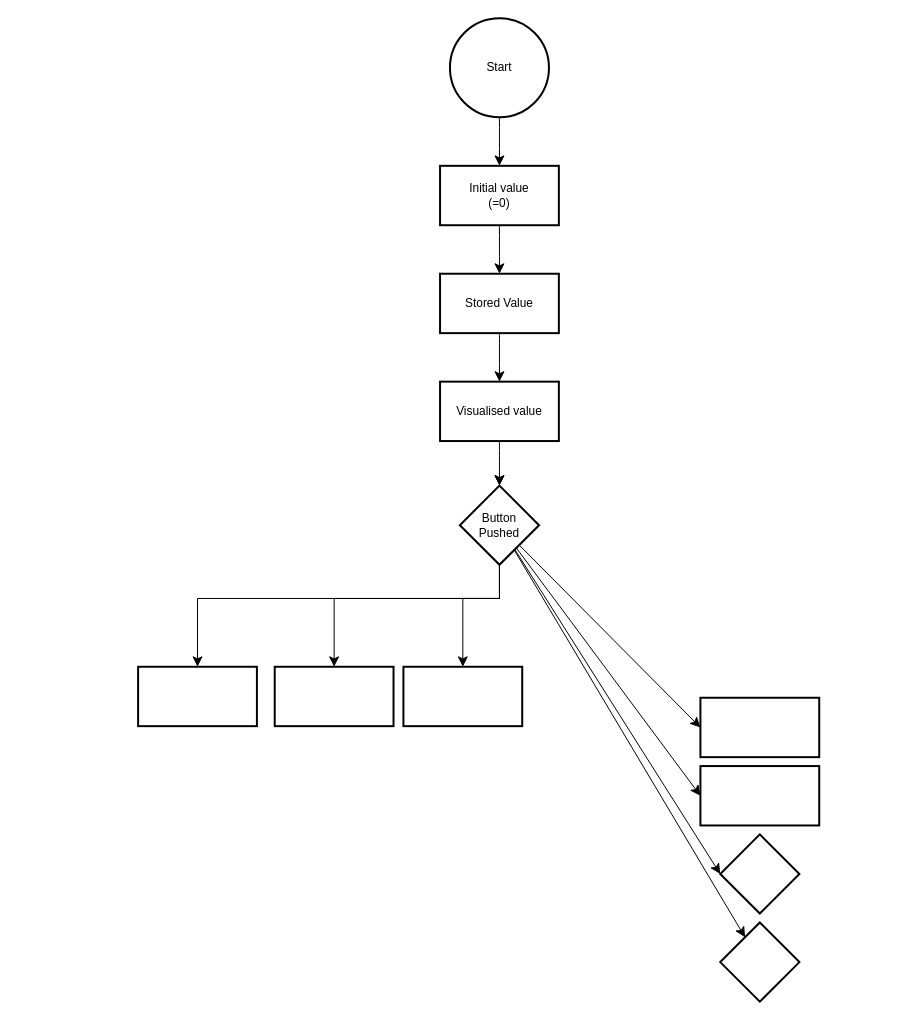
The draw.io diagram Calculator.drawio in JangHyeongJun-0523/IoT_Project, before the edit. Source tidied: cells renumbered, new cells numbered last; positions are measured from the earlier drawing's top-left corner, leaving out a move shared by most shapes. Both pictures are drawn from the tidied source at 99%, with x=0, y=0 at pixel (138, 18).
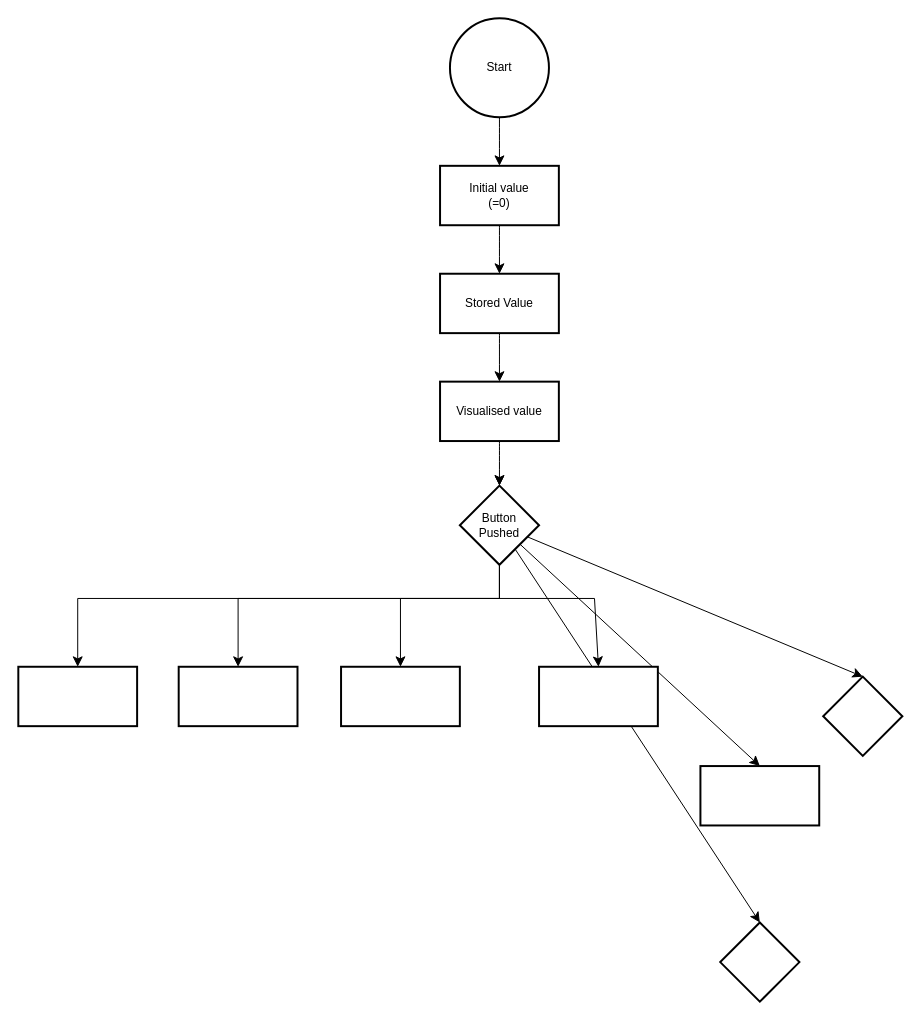
The same page after the edit.

The change refers to these unchanged cells:
```xml
<mxCell id="15" value="Button&lt;br&gt;Pushed" style="rhombus;whiteSpace=wrap;html=1;strokeWidth=2;" parent="1" vertex="1">
  <mxGeometry x="325" y="472" width="80" height="80" as="geometry" />
</mxCell>
<mxCell id="19" style="whiteSpace=wrap;html=1;strokeWidth=2;" parent="1" vertex="1">
  <mxGeometry x="568" y="755.3" width="120" height="60" as="geometry" />
</mxCell>
<mxCell id="21" style="rhombus;whiteSpace=wrap;html=1;strokeWidth=2;" parent="1" vertex="1">
  <mxGeometry x="588" y="913.3" width="80" height="80" as="geometry" />
</mxCell>
```

The edit, as a diff of the source:
```diff
@@
     <mxCell id="8" style="edgeStyle=none;curved=0;rounded=0;jettySize=auto;html=1;fontSize=12;startSize=8;endSize=8;entryX=0.5;entryY=0;entryDx=0;entryDy=0;" parent="1" edge="1" source="15" target="16">
       <mxGeometry relative="1" as="geometry">
         <Array as="points">
           <mxPoint x="365" y="586" />
-          <mxPoint x="198" y="586" />
+          <mxPoint x="101" y="586" />
         </Array>
       </mxGeometry>
     </mxCell>
     <mxCell id="9" style="edgeStyle=none;curved=0;rounded=0;jettySize=auto;html=1;fontSize=12;startSize=8;endSize=8;entryX=0.5;entryY=0;entryDx=0;entryDy=0;" parent="1" edge="1" source="15" target="17">
       <mxGeometry relative="1" as="geometry">
         <Array as="points">
           <mxPoint x="365" y="586" />
-          <mxPoint x="328" y="586" />
+          <mxPoint x="265" y="586" />
         </Array>
       </mxGeometry>
     </mxCell>
-    <mxCell id="10" style="edgeStyle=none;curved=0;rounded=0;jettySize=auto;html=1;fontSize=12;startSize=8;endSize=8;entryX=0;entryY=0.5;entryDx=0;entryDy=0;" parent="1" edge="1" source="15" target="18">
-      <mxGeometry relative="1" as="geometry" />
+    <mxCell id="10" style="edgeStyle=none;curved=0;rounded=0;jettySize=auto;html=1;fontSize=12;startSize=8;endSize=8;entryX=0.5;entryY=0;entryDx=0;entryDy=0;exitX=0.5;exitY=1;exitDx=0;exitDy=0;" parent="1" edge="1" source="15" target="18">
+      <mxGeometry relative="1" as="geometry">
+        <Array as="points">
+          <mxPoint x="365" y="586" />
+          <mxPoint x="461" y="586" />
+        </Array>
+      </mxGeometry>
     </mxCell>
-    <mxCell id="11" style="edgeStyle=none;curved=0;rounded=0;jettySize=auto;html=1;fontSize=12;startSize=8;endSize=8;entryX=0;entryY=0.5;entryDx=0;entryDy=0;" parent="1" edge="1" source="15" target="19">
+    <mxCell id="11" style="edgeStyle=none;curved=0;rounded=0;jettySize=auto;html=1;fontSize=12;startSize=8;endSize=8;entryX=0.5;entryY=0;entryDx=0;entryDy=0;" parent="1" edge="1" source="15" target="19">
       <mxGeometry relative="1" as="geometry" />
     </mxCell>
-    <mxCell id="12" style="edgeStyle=none;curved=0;rounded=0;jettySize=auto;html=1;fontSize=12;startSize=8;endSize=8;entryX=0;entryY=0.5;entryDx=0;entryDy=0;" parent="1" edge="1" source="15" target="20">
+    <mxCell id="12" style="edgeStyle=none;curved=0;rounded=0;jettySize=auto;html=1;fontSize=12;startSize=8;endSize=8;entryX=0.5;entryY=0;entryDx=0;entryDy=0;" parent="1" edge="1" source="15" target="20">
       <mxGeometry relative="1" as="geometry" />
     </mxCell>
-    <mxCell id="13" style="edgeStyle=none;curved=0;rounded=0;jettySize=auto;html=1;fontSize=12;startSize=8;endSize=8;" parent="1" edge="1" source="15" target="21">
+    <mxCell id="13" style="edgeStyle=none;curved=0;rounded=0;jettySize=auto;html=1;fontSize=12;startSize=8;endSize=8;entryX=0.5;entryY=0;entryDx=0;entryDy=0;" parent="1" edge="1" source="15" target="21">
       <mxGeometry relative="1" as="geometry" />
     </mxCell>
     <mxCell id="14" style="edgeStyle=none;curved=0;rounded=0;jettySize=auto;html=1;fontSize=12;startSize=8;endSize=8;entryX=0.5;entryY=0;entryDx=0;entryDy=0;" parent="1" edge="1" source="15" target="22">
       <mxGeometry relative="1" as="geometry">
         <Array as="points">
           <mxPoint x="365" y="586" />
-          <mxPoint x="60" y="586" />
+          <mxPoint x="-61" y="586" />
         </Array>
       </mxGeometry>
     </mxCell>
@@
     <mxCell id="16" style="whiteSpace=wrap;html=1;strokeWidth=2;" parent="1" vertex="1">
-      <mxGeometry x="138" y="655" width="120" height="60" as="geometry" />
+      <mxGeometry x="41" y="655" width="120" height="60" as="geometry" />
     </mxCell>
     <mxCell id="17" style="whiteSpace=wrap;html=1;strokeWidth=2;" parent="1" vertex="1">
-      <mxGeometry x="268" y="655" width="120" height="60" as="geometry" />
+      <mxGeometry x="205" y="655" width="120" height="60" as="geometry" />
     </mxCell>
     <mxCell id="18" style="whiteSpace=wrap;html=1;strokeWidth=2;" parent="1" vertex="1">
-      <mxGeometry x="568" y="686.3" width="120" height="60" as="geometry" />
+      <mxGeometry x="405" y="655" width="120" height="60" as="geometry" />
     </mxCell>
@@
     <mxCell id="20" style="rhombus;whiteSpace=wrap;html=1;strokeWidth=2;" parent="1" vertex="1">
-      <mxGeometry x="588" y="824.3" width="80" height="80" as="geometry" />
+      <mxGeometry x="692" y="665" width="80" height="80" as="geometry" />
     </mxCell>
@@
     <mxCell id="22" style="whiteSpace=wrap;html=1;strokeWidth=2;" parent="1" vertex="1">
-      <mxGeometry y="655" width="120" height="60" as="geometry" />
+      <mxGeometry x="-121" y="655" width="120" height="60" as="geometry" />
     </mxCell>
```
